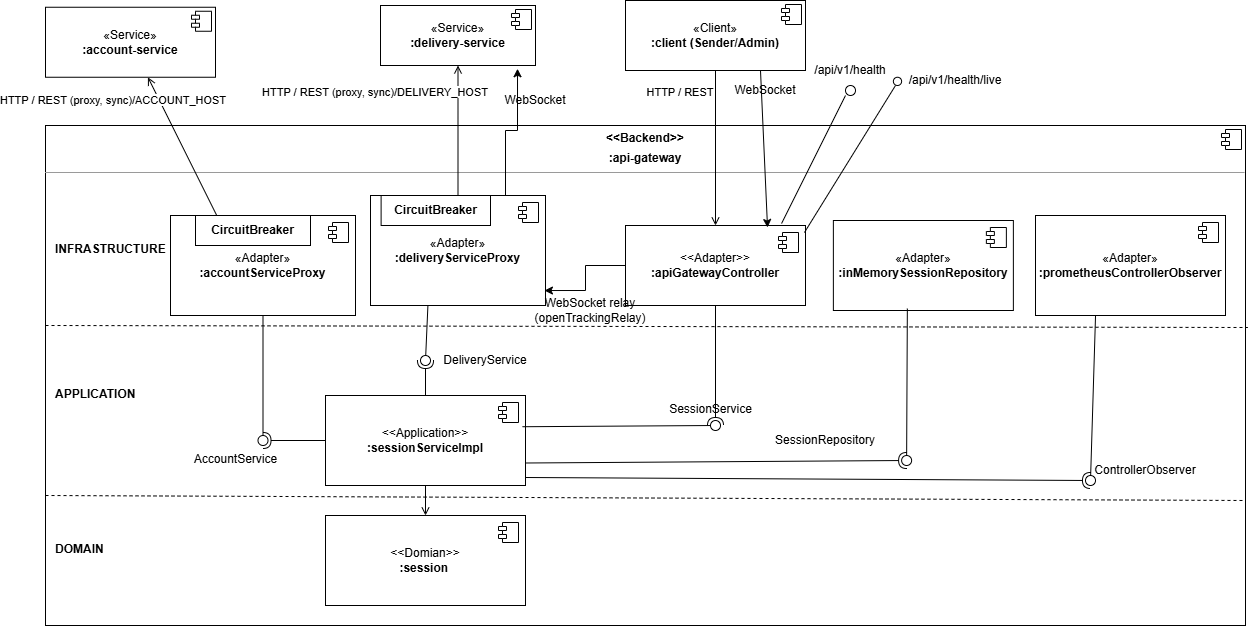
This is doc/api_gateway_v2.drawio.png from MarcoMoro10/SAP-Assignment2, a draw.io export, as it was before one commit. Source tidied: cells renumbered, new cells last; positions are measured from the earlier drawing's top-left corner, leaving out a move shared by most shapes.
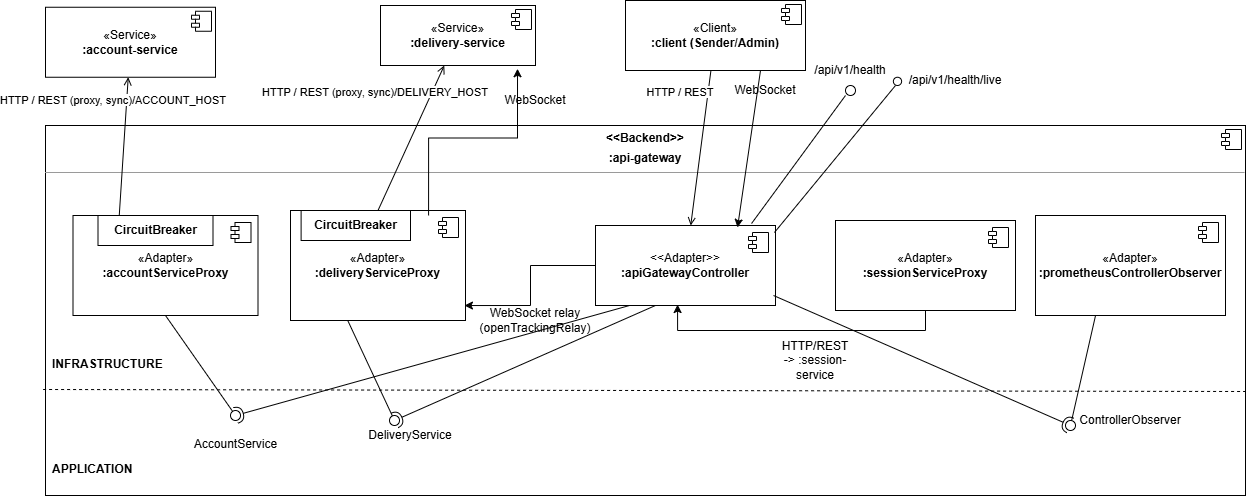
The same file after the commit.

What changed in the source:
```diff
@@ -27,34 +27,27 @@
       </mxGeometry>
     </mxCell>
     <mxCell id="8" value="&lt;p style=&quot;margin:0px;margin-top:6px;text-align:center;&quot;&gt;&lt;b&gt;&amp;lt;&amp;lt;Backend&amp;gt;&amp;gt;&lt;/b&gt;&lt;/p&gt;&lt;p style=&quot;margin:0px;margin-top:6px;text-align:center;&quot;&gt;&lt;b&gt;:api-gateway&lt;/b&gt;&lt;br&gt;&lt;/p&gt;&lt;hr size=&quot;1&quot;&gt;" style="align=left;overflow=fill;html=1;whiteSpace=wrap;verticalAlign=top;" parent="1" vertex="1">
-      <mxGeometry y="125" width="1200" height="500" as="geometry" />
+      <mxGeometry y="125" width="1200" height="370" as="geometry" />
     </mxCell>
     <mxCell id="9" style="shape=component;jettyWidth=8;jettyHeight=4;" parent="8" vertex="1">
       <mxGeometry x="1" width="20" height="20" relative="1" as="geometry">
         <mxPoint x="-24" y="4" as="offset" />
       </mxGeometry>
     </mxCell>
-    <mxCell id="10" style="endArrow=none;dashed=1;html=1;rounded=0;entryX=1.002;entryY=0.404;entryDx=0;entryDy=0;entryPerimeter=0;exitX=0.002;exitY=0.366;exitDx=0;exitDy=0;exitPerimeter=0;" parent="1" edge="1" target="8">
+    <mxCell id="10" style="endArrow=none;dashed=1;html=1;rounded=0;entryX=1.002;entryY=0.404;entryDx=0;entryDy=0;entryPerimeter=0;exitX=0.002;exitY=0.366;exitDx=0;exitDy=0;exitPerimeter=0;" parent="1" edge="1">
       <mxGeometry relative="1" as="geometry">
-        <mxPoint y="325" as="sourcePoint" />
+        <mxPoint x="-2.4" y="389" as="sourcePoint" />
+        <mxPoint x="1200" y="391" as="targetPoint" />
       </mxGeometry>
     </mxCell>
-    <mxCell id="11" style="endArrow=none;dashed=1;html=1;rounded=0;entryX=1;entryY=0.75;entryDx=0;entryDy=0;" parent="1" edge="1" target="8">
-      <mxGeometry relative="1" as="geometry">
-        <mxPoint y="495" as="sourcePoint" />
-      </mxGeometry>
-    </mxCell>
     <mxCell id="12" value="INFRASTRUCTURE" style="text;html=1;align=left;fontStyle=1;" parent="1" vertex="1">
-      <mxGeometry x="8" y="235" width="120" height="20" as="geometry" />
+      <mxGeometry x="5" y="350" width="120" height="20" as="geometry" />
     </mxCell>
     <mxCell id="13" value="APPLICATION" style="text;html=1;align=left;fontStyle=1;" parent="1" vertex="1">
-      <mxGeometry x="8" y="380" width="120" height="20" as="geometry" />
+      <mxGeometry x="5" y="455" width="120" height="20" as="geometry" />
     </mxCell>
-    <mxCell id="14" value="DOMAIN" style="text;html=1;align=left;fontStyle=1;" parent="1" vertex="1">
-      <mxGeometry x="8" y="535" width="120" height="20" as="geometry" />
-    </mxCell>
     <mxCell id="15" value="«Adapter»&lt;br&gt;&lt;b&gt;:accountServiceProxy&lt;/b&gt;" style="html=1;whiteSpace=wrap;fontColor=#000000;" parent="1" vertex="1">
-      <mxGeometry x="125" y="215" width="185" height="100" as="geometry" />
+      <mxGeometry x="27.5" y="215" width="185" height="100" as="geometry" />
     </mxCell>
     <mxCell id="16" style="shape=module;jettyWidth=8;jettyHeight=4;" parent="15" vertex="1">
       <mxGeometry x="1" width="20" height="20" relative="1" as="geometry">
@@ -65,7 +58,7 @@
       <mxGeometry x="25" width="115" height="30" as="geometry" />
     </mxCell>
     <mxCell id="18" value="«Adapter»&lt;br&gt;&lt;b&gt;:deliveryServiceProxy&lt;/b&gt;" style="html=1;whiteSpace=wrap;fontColor=#000000;" parent="1" vertex="1">
-      <mxGeometry x="325" y="195" width="175" height="110" as="geometry" />
+      <mxGeometry x="245" y="210" width="175" height="110" as="geometry" />
     </mxCell>
     <mxCell id="19" style="shape=module;jettyWidth=8;jettyHeight=4;" parent="18" vertex="1">
       <mxGeometry x="1" width="20" height="20" relative="1" as="geometry">
@@ -76,21 +69,13 @@
       <mxGeometry x="10.6" width="109.4" height="30" as="geometry" />
     </mxCell>
     <mxCell id="21" value="&amp;lt;&amp;lt;Adapter&amp;gt;&amp;gt;&lt;br&gt;&lt;b&gt;:apiGatewayController&lt;/b&gt;" style="html=1;whiteSpace=wrap;fontColor=#000000;" parent="1" vertex="1">
-      <mxGeometry x="580" y="225" width="180" height="80" as="geometry" />
+      <mxGeometry x="550" y="225" width="180" height="80" as="geometry" />
     </mxCell>
     <mxCell id="22" style="shape=module;jettyWidth=8;jettyHeight=4;" parent="21" vertex="1">
       <mxGeometry x="1" width="20" height="20" relative="1" as="geometry">
         <mxPoint x="-27" y="7" as="offset" />
       </mxGeometry>
     </mxCell>
-    <mxCell id="23" value="&lt;div&gt;&amp;lt;&amp;lt;Application&amp;gt;&amp;gt;&lt;/div&gt;&lt;b&gt;:sessionServiceImpl&lt;/b&gt;" style="html=1;whiteSpace=wrap;fontColor=#000000;" parent="1" vertex="1">
-      <mxGeometry x="280" y="395" width="200" height="90" as="geometry" />
-    </mxCell>
-    <mxCell id="24" style="shape=module;jettyWidth=8;jettyHeight=4;" parent="23" vertex="1">
-      <mxGeometry x="1" width="20" height="20" relative="1" as="geometry">
-        <mxPoint x="-27" y="7" as="offset" />
-      </mxGeometry>
-    </mxCell>
     <mxCell id="25" style="ellipse;whiteSpace=wrap;html=1;fillColor=none;strokeColor=none;" parent="1" vertex="1">
       <mxGeometry x="540" y="325" width="10" height="10" as="geometry" />
     </mxCell>
@@ -100,20 +85,9 @@
     <mxCell id="27" style="ellipse;whiteSpace=wrap;html=1;fillColor=none;strokeColor=none;" parent="1" vertex="1">
       <mxGeometry x="345" y="295" width="10" height="10" as="geometry" />
     </mxCell>
-    <mxCell id="28" value="SessionService" style="text;html=1;align=center;" parent="1" vertex="1">
-      <mxGeometry x="610" y="395" width="110" height="20" as="geometry" />
-    </mxCell>
     <mxCell id="29" value="AccountService" style="text;html=1;align=center;" parent="1" vertex="1">
-      <mxGeometry x="135" y="445" width="110" height="20" as="geometry" />
+      <mxGeometry x="135" y="430" width="110" height="20" as="geometry" />
     </mxCell>
-    <mxCell id="30" value="&lt;div&gt;&amp;lt;&amp;lt;Domian&amp;gt;&amp;gt;&lt;/div&gt;&lt;b&gt;:session&lt;/b&gt;&lt;font style=&quot;font-size:9px&quot;&gt;&amp;nbsp;&lt;br&gt;&lt;/font&gt;" style="html=1;whiteSpace=wrap;fontColor=#000000;" parent="1" vertex="1">
-      <mxGeometry x="280" y="515" width="200" height="90" as="geometry" />
-    </mxCell>
-    <mxCell id="31" style="shape=module;jettyWidth=8;jettyHeight=4;" parent="30" vertex="1">
-      <mxGeometry x="1" width="20" height="20" relative="1" as="geometry">
-        <mxPoint x="-27" y="7" as="offset" />
-      </mxGeometry>
-    </mxCell>
     <mxCell id="32" style="endArrow=open;html=1;rounded=0;" parent="1" edge="1" source="2" target="21">
       <mxGeometry relative="1" as="geometry" />
     </mxCell>
@@ -123,58 +97,40 @@
     <mxCell id="34" style="endArrow=open;html=1;rounded=0;exitX=0.5;exitY=0;exitDx=0;exitDy=0;" parent="1" edge="1" source="18" target="6">
       <mxGeometry x="0.66" y="26" relative="1" as="geometry" />
     </mxCell>
-    <mxCell id="35" style="endArrow=open;html=1;rounded=0;exitX=0.5;exitY=1;exitDx=0;exitDy=0;entryX=0.5;entryY=0;entryDx=0;entryDy=0;" parent="1" edge="1" source="23" target="30">
-      <mxGeometry relative="1" as="geometry" />
-    </mxCell>
-    <mxCell id="36" style="rounded=0;jettySize=auto;html=1;endArrow=halfCircle;endFill=0;endSize=6;strokeWidth=1;sketch=0;exitX=0.5;exitY=1;exitDx=0;exitDy=0;" parent="1" edge="1" source="21" target="38">
-      <mxGeometry relative="1" as="geometry" />
-    </mxCell>
-    <mxCell id="37" style="rounded=0;jettySize=auto;html=1;endArrow=oval;endFill=0;sketch=0;sourcePerimeterSpacing=0;targetPerimeterSpacing=0;endSize=10;exitX=0.985;exitY=0.347;exitDx=0;exitDy=0;exitPerimeter=0;" parent="1" edge="1" source="23" target="38">
-      <mxGeometry relative="1" as="geometry" />
-    </mxCell>
     <mxCell id="38" style="ellipse;whiteSpace=wrap;html=1;align=center;fillColor=none;strokeColor=none;perimeter=centerPerimeter;points=[];outlineConnect=1;" parent="1" vertex="1">
       <mxGeometry x="665" y="420" width="10" height="10" as="geometry" />
     </mxCell>
-    <mxCell id="39" style="rounded=0;jettySize=auto;html=1;endArrow=halfCircle;endFill=0;endSize=6;strokeWidth=1;sketch=0;exitX=0;exitY=0.5;exitDx=0;exitDy=0;" parent="1" edge="1" source="23" target="41">
+    <mxCell id="39" style="rounded=0;jettySize=auto;html=1;endArrow=halfCircle;endFill=0;endSize=6;strokeWidth=1;sketch=0;exitX=0.189;exitY=1;exitDx=0;exitDy=0;exitPerimeter=0;" parent="1" edge="1" source="21" target="41">
       <mxGeometry relative="1" as="geometry" />
     </mxCell>
     <mxCell id="40" style="rounded=0;jettySize=auto;html=1;endArrow=oval;endFill=0;sketch=0;sourcePerimeterSpacing=0;targetPerimeterSpacing=0;endSize=10;exitX=0.5;exitY=1;exitDx=0;exitDy=0;" parent="1" edge="1" source="15" target="41">
       <mxGeometry relative="1" as="geometry" />
     </mxCell>
     <mxCell id="41" style="ellipse;whiteSpace=wrap;html=1;align=center;fillColor=none;strokeColor=none;perimeter=centerPerimeter;points=[];outlineConnect=1;" parent="1" vertex="1">
-      <mxGeometry x="212.5" y="435" width="10" height="10" as="geometry" />
+      <mxGeometry x="185" y="410" width="10" height="10" as="geometry" />
     </mxCell>
-    <mxCell id="42" style="rounded=0;jettySize=auto;html=1;endArrow=halfCircle;endFill=0;endSize=6;strokeWidth=1;sketch=0;exitX=0.5;exitY=0;exitDx=0;exitDy=0;" parent="1" edge="1" source="23" target="44">
+    <mxCell id="42" style="rounded=0;jettySize=auto;html=1;endArrow=halfCircle;endFill=0;endSize=6;strokeWidth=1;sketch=0;exitX=0.333;exitY=1;exitDx=0;exitDy=0;exitPerimeter=0;" parent="1" edge="1" source="21" target="44">
       <mxGeometry relative="1" as="geometry" />
     </mxCell>
     <mxCell id="43" style="rounded=0;jettySize=auto;html=1;endArrow=oval;endFill=0;sketch=0;sourcePerimeterSpacing=0;targetPerimeterSpacing=0;endSize=10;exitX=0.328;exitY=1.003;exitDx=0;exitDy=0;exitPerimeter=0;" parent="1" edge="1" source="18" target="44">
       <mxGeometry relative="1" as="geometry" />
     </mxCell>
     <mxCell id="44" style="ellipse;whiteSpace=wrap;html=1;align=center;fillColor=none;strokeColor=none;perimeter=centerPerimeter;points=[];outlineConnect=1;" parent="1" vertex="1">
-      <mxGeometry x="375" y="355" width="10" height="10" as="geometry" />
+      <mxGeometry x="344" y="415" width="10" height="10" as="geometry" />
     </mxCell>
-    <mxCell id="45" value="«Adapter»&lt;br&gt;&lt;b&gt;:inMemorySessionRepository&lt;/b&gt;" style="html=1;whiteSpace=wrap;" parent="1" vertex="1">
-      <mxGeometry x="787.9" y="220" width="180" height="90" as="geometry" />
+    <mxCell id="45" value="«Adapter»&lt;br&gt;&lt;b&gt;:sessionServiceProxy&lt;/b&gt;" style="html=1;whiteSpace=wrap;" parent="1" vertex="1">
+      <mxGeometry x="790" y="220" width="180" height="90" as="geometry" />
     </mxCell>
     <mxCell id="46" style="shape=module;jettyWidth=8;jettyHeight=4;" parent="45" vertex="1">
       <mxGeometry x="1" width="20" height="20" relative="1" as="geometry">
         <mxPoint x="-27" y="7" as="offset" />
       </mxGeometry>
     </mxCell>
-    <mxCell id="47" style="rounded=0;jettySize=auto;html=1;endArrow=halfCircle;endFill=0;endSize=6;strokeWidth=1;sketch=0;exitX=1;exitY=0.75;exitDx=0;exitDy=0;" parent="1" edge="1" source="23" target="49">
-      <mxGeometry relative="1" as="geometry" />
-    </mxCell>
-    <mxCell id="48" style="rounded=0;jettySize=auto;html=1;endArrow=oval;endFill=0;sketch=0;sourcePerimeterSpacing=0;targetPerimeterSpacing=0;endSize=10;exitX=0.411;exitY=0.978;exitDx=0;exitDy=0;exitPerimeter=0;" parent="1" edge="1" source="45" target="49">
-      <mxGeometry relative="1" as="geometry" />
-    </mxCell>
     <mxCell id="49" style="ellipse;whiteSpace=wrap;html=1;align=center;fillColor=none;strokeColor=none;perimeter=centerPerimeter;points=[];outlineConnect=1;" parent="1" vertex="1">
       <mxGeometry x="856.1" y="455" width="10" height="10" as="geometry" />
     </mxCell>
-    <mxCell id="50" value="SessionRepository" style="text;html=1;whiteSpace=wrap;strokeColor=none;fillColor=none;align=center;verticalAlign=middle;rounded=0;" parent="1" vertex="1">
-      <mxGeometry x="750" y="425" width="60" height="30" as="geometry" />
-    </mxCell>
     <mxCell id="51" value="DeliveryService" style="text;html=1;whiteSpace=wrap;strokeColor=none;fillColor=none;align=center;verticalAlign=middle;rounded=0;" parent="1" vertex="1">
-      <mxGeometry x="410" y="345" width="60" height="30" as="geometry" />
+      <mxGeometry x="335" y="420" width="60" height="30" as="geometry" />
     </mxCell>
     <mxCell id="52" style="endArrow=classic;html=1;rounded=0;exitX=0.75;exitY=1;exitDx=0;exitDy=0;entryX=0.789;entryY=0.025;entryDx=0;entryDy=0;entryPerimeter=0;" parent="1" edge="1" source="2" target="21">
       <mxGeometry relative="1" as="geometry" />
@@ -208,7 +164,7 @@
       <mxGeometry relative="1" as="geometry" />
     </mxCell>
     <mxCell id="61" value="WebSocket relay (openTrackingRelay)" style="text;html=1;whiteSpace=wrap;strokeColor=none;fillColor=none;align=center;verticalAlign=middle;rounded=0;" parent="1" vertex="1">
-      <mxGeometry x="515" y="295" width="60" height="30" as="geometry" />
+      <mxGeometry x="460" y="305" width="60" height="30" as="geometry" />
     </mxCell>
     <mxCell id="62" value="«Adapter»&lt;br&gt;&lt;b&gt;:prometheusControllerObserver&lt;/b&gt;" style="html=1;whiteSpace=wrap;" parent="1" vertex="1">
       <mxGeometry x="990" y="215" width="190" height="100" as="geometry" />
@@ -218,24 +174,20 @@
         <mxPoint x="-27" y="7" as="offset" />
       </mxGeometry>
     </mxCell>
-    <mxCell id="64" style="rounded=0;jettySize=auto;html=1;endArrow=halfCircle;endFill=0;endSize=6;strokeWidth=1;sketch=0;" parent="1" edge="1" target="66">
-      <mxGeometry relative="1" as="geometry">
-        <mxPoint x="480" y="477" as="sourcePoint" />
-      </mxGeometry>
+    <mxCell id="64" style="rounded=0;jettySize=auto;html=1;endArrow=halfCircle;endFill=0;endSize=6;strokeWidth=1;sketch=0;exitX=0.989;exitY=0.875;exitDx=0;exitDy=0;exitPerimeter=0;" parent="1" edge="1" source="21" target="66">
+      <mxGeometry relative="1" as="geometry" />
     </mxCell>
     <mxCell id="65" style="rounded=0;jettySize=auto;html=1;endArrow=oval;endFill=0;sketch=0;sourcePerimeterSpacing=0;targetPerimeterSpacing=0;endSize=10;exitX=0.316;exitY=1;exitDx=0;exitDy=0;exitPerimeter=0;" parent="1" edge="1" source="62" target="66">
       <mxGeometry relative="1" as="geometry" />
     </mxCell>
     <mxCell id="66" style="ellipse;whiteSpace=wrap;html=1;align=center;fillColor=none;strokeColor=none;perimeter=centerPerimeter;points=[];outlineConnect=1;" parent="1" vertex="1">
-      <mxGeometry x="1040" y="475" width="10" height="10" as="geometry" />
+      <mxGeometry x="1020" y="420" width="10" height="10" as="geometry" />
     </mxCell>
     <mxCell id="67" value="ControllerObserver" style="text;html=1;whiteSpace=wrap;strokeColor=none;fillColor=none;align=center;verticalAlign=middle;rounded=0;" parent="1" vertex="1">
-      <mxGeometry x="1070" y="455" width="60" height="30" as="geometry" />
+      <mxGeometry x="1055" y="405" width="60" height="30" as="geometry" />
     </mxCell>
-    <mxCell id="68" style="edgeStyle=orthogonalEdgeStyle;rounded=0;jettySize=auto;html=1;exitX=0.75;exitY=0;exitDx=0;exitDy=0;entryX=0.884;entryY=1.054;entryDx=0;entryDy=0;entryPerimeter=0;" parent="1" edge="1" target="6">
-      <mxGeometry relative="1" as="geometry">
-        <mxPoint x="460" y="195" as="sourcePoint" />
-      </mxGeometry>
+    <mxCell id="68" style="edgeStyle=orthogonalEdgeStyle;rounded=0;jettySize=auto;html=1;exitX=0.789;exitY=0.045;exitDx=0;exitDy=0;entryX=0.884;entryY=1.054;entryDx=0;entryDy=0;entryPerimeter=0;exitPerimeter=0;" parent="1" edge="1" source="18" target="6">
+      <mxGeometry relative="1" as="geometry" />
     </mxCell>
     <mxCell id="69" value="WebSocket" style="text;html=1;whiteSpace=wrap;strokeColor=none;fillColor=none;align=center;verticalAlign=middle;rounded=0;" parent="1" vertex="1">
       <mxGeometry x="460" y="85" width="60" height="30" as="geometry" />
@@ -249,5 +201,11 @@
     <mxCell id="72" value="&lt;span style=&quot;font-size: 11px; white-space: nowrap; background-color: rgb(255, 255, 255);&quot;&gt;HTTP / REST (proxy, sync)/ACCOUNT_HOST&lt;/span&gt;" style="text;html=1;whiteSpace=wrap;strokeColor=none;fillColor=none;align=center;verticalAlign=middle;rounded=0;" parent="1" vertex="1">
       <mxGeometry x="38" y="85" width="60" height="30" as="geometry" />
     </mxCell>
+    <mxCell id="73" style="edgeStyle=orthogonalEdgeStyle;rounded=0;jettySize=auto;html=1;exitX=0.5;exitY=1;exitDx=0;exitDy=0;entryX=0.456;entryY=0.988;entryDx=0;entryDy=0;entryPerimeter=0;" parent="1" edge="1" source="45" target="21">
+      <mxGeometry relative="1" as="geometry" />
+    </mxCell>
+    <mxCell id="74" value="HTTP/REST -&amp;gt; :session-service" style="text;html=1;whiteSpace=wrap;strokeColor=none;fillColor=none;align=center;verticalAlign=middle;rounded=0;" parent="1" vertex="1">
+      <mxGeometry x="740" y="345" width="60" height="30" as="geometry" />
+    </mxCell>
   </root>
 </mxGraphModel>
```
